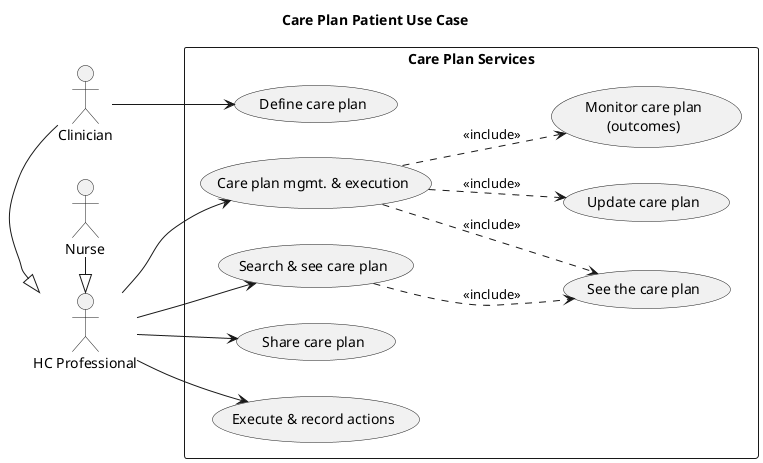
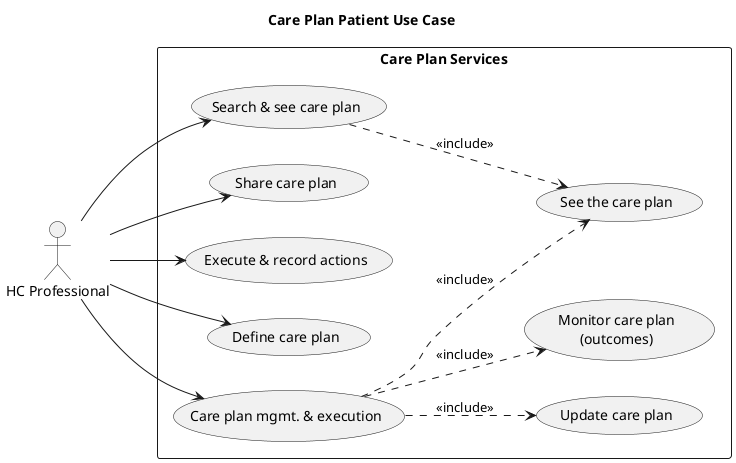
@startuml
title Care Plan Patient Use Case

left to right direction
skinparam packageStyle rectangle

actor "HC Professional" as HCP
- actor Clinician as CLIN
- actor Nurse as NUR


- CLIN -|> HCP
- NUR  -|> HCP
- 
- rectangle "Care Plan Services" {
+   rectangle "Care Plan Services" {
  usecase "Search & see care plan" as UC_View
  usecase "Share care plan" as UC_Share
  usecase "Execute & record actions" as UC_Exec

  usecase "Define care plan" as UC_Define
  usecase "Care plan mgmt. & execution" as UC_Mgmt

  usecase "Update care plan" as UC_Update
  usecase "See the care plan" as UC_See
  usecase "Monitor care plan\n(outcomes)" as UC_Monitor
}

HCP --> UC_View
HCP --> UC_Share
HCP --> UC_Exec
- CLIN --> UC_Define
+ HCP --> UC_Define
HCP --> UC_Mgmt


UC_Mgmt ..> UC_Update : <<include>>
UC_Mgmt ..> UC_See    : <<include>>
UC_Mgmt ..> UC_Monitor: <<include>>

UC_View ..> UC_See    : <<include>>
@enduml
